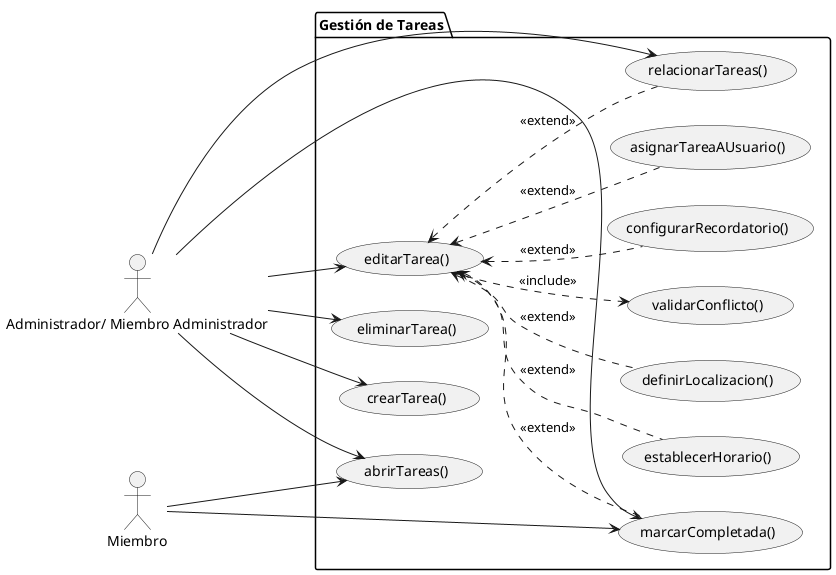
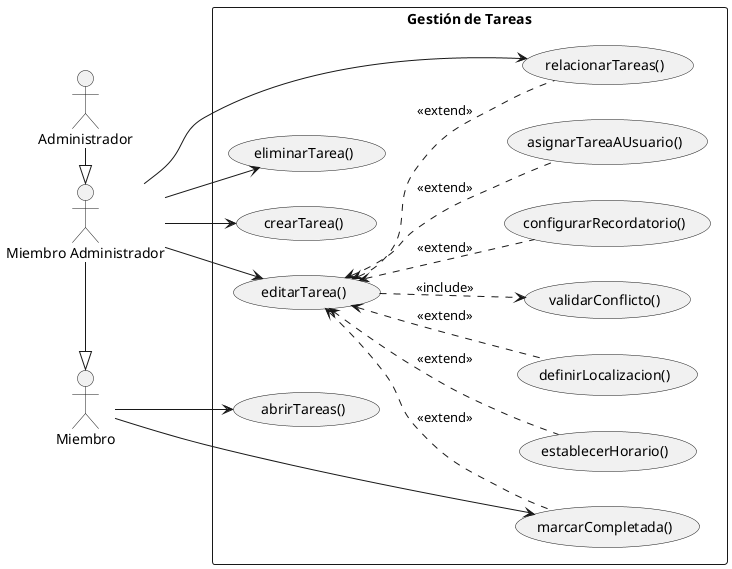
@startuml DiagramaGestionTareas
left to right direction
+ skinparam packageStyle rectangle

- actor "Administrador/ Miembro Administrador" as Admin
+ actor "Administrador" as Admin
+ actor "Miembro Administrador" as MiemAdmin
actor "Miembro" as Miem

+ Admin -right-|> MiemAdmin
+ MiemAdmin -right-|> Miem
+ 
package "Gestión de Tareas" {
-     ' Casos de Uso Principales
+     usecase "abrirTareas()" as UC8
+     usecase "marcarCompletada()" as UC4
    usecase "crearTarea()" as UC1
    usecase "editarTarea()" as UC2
    usecase "eliminarTarea()" as UC3
-     usecase "marcarCompletada()" as UC4
-     usecase "abrirTareas()" as UC8
- 
-     ' Casos de Uso de Detalle (Extensiones)
    usecase "relacionarTareas()" as UC5
    usecase "establecerHorario()" as UC6
    usecase "definirLocalizacion()" as UC7
    usecase "validarConflicto()" as UC9
    usecase "configurarRecordatorio()" as UC10
    usecase "asignarTareaAUsuario()" as UC11
}

- ' Relaciones directas para el Administrador
- Admin --> UC1
- Admin --> UC2
- Admin --> UC3
- Admin --> UC4
- Admin --> UC5
- Admin --> UC8
+ Miem --> UC8
+ Miem --> UC4

- ' Relaciones directas para el Miembro
- Miem --> UC4
- Miem --> UC8
+ MiemAdmin --> UC1
+ MiemAdmin --> UC2
+ MiemAdmin --> UC3
+ MiemAdmin --> UC5

- ' Relaciones de extensión (UC2 concentra ahora toda la configuración avanzada)
UC2 <.. UC4 : <<extend>>
UC2 <.. UC5 : <<extend>>
UC2 <.. UC6 : <<extend>>
UC2 <.. UC7 : <<extend>>
UC2 ..> UC9 : <<include>>
UC2 <.. UC10 : <<extend>>
UC2 <.. UC11 : <<extend>>

@enduml